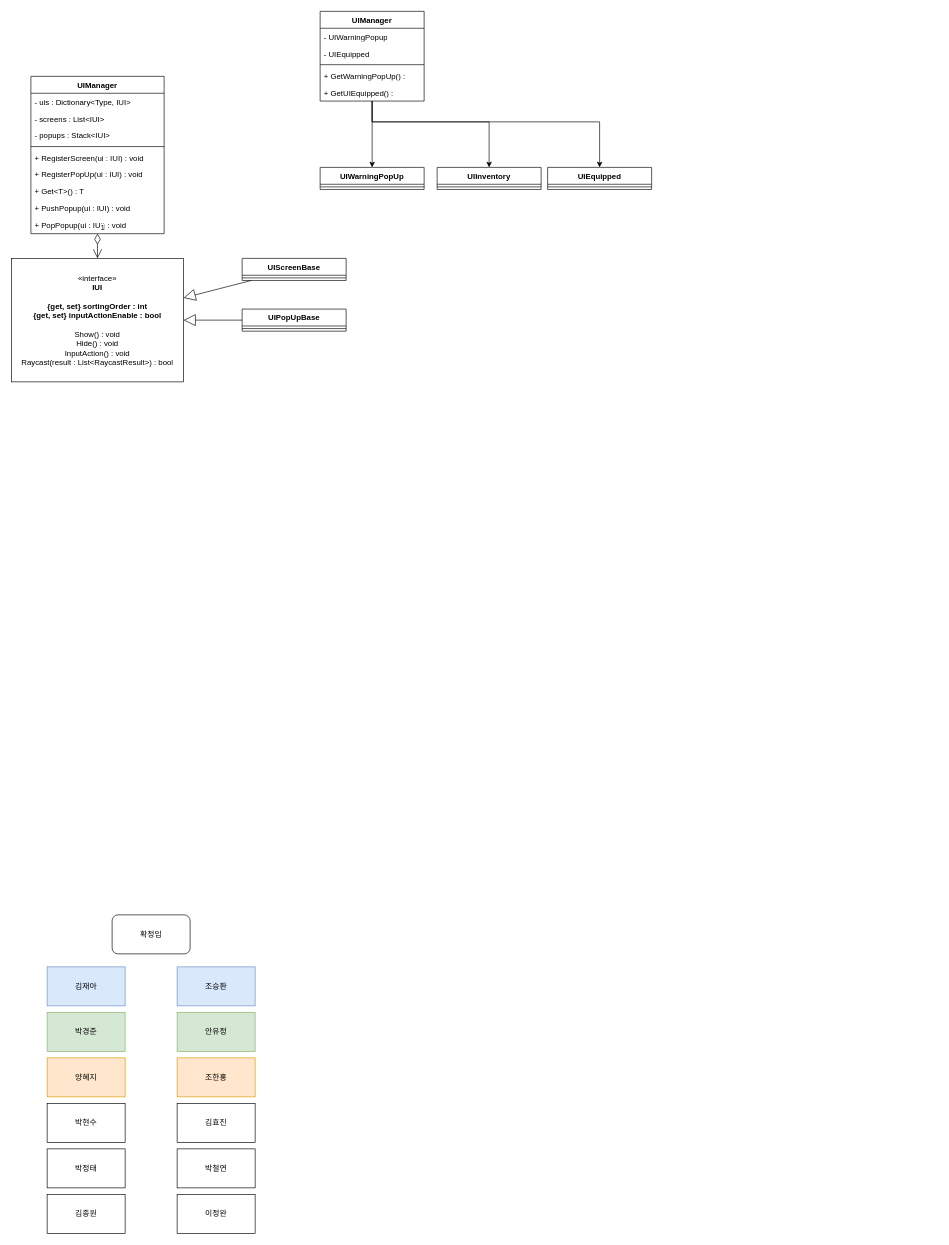
Before: MultiplayPractice/MultiplayPractice.drawio in luke-youngmin-cho/Korcham4th, a draw.io diagram. Source tidied: cells renumbered, new cells numbered last; positions are measured from the earlier drawing's top-left corner, leaving out a move shared by most shapes. Both pictures are drawn from the tidied source at 65%, with x=0, y=0 at pixel (11, 11).
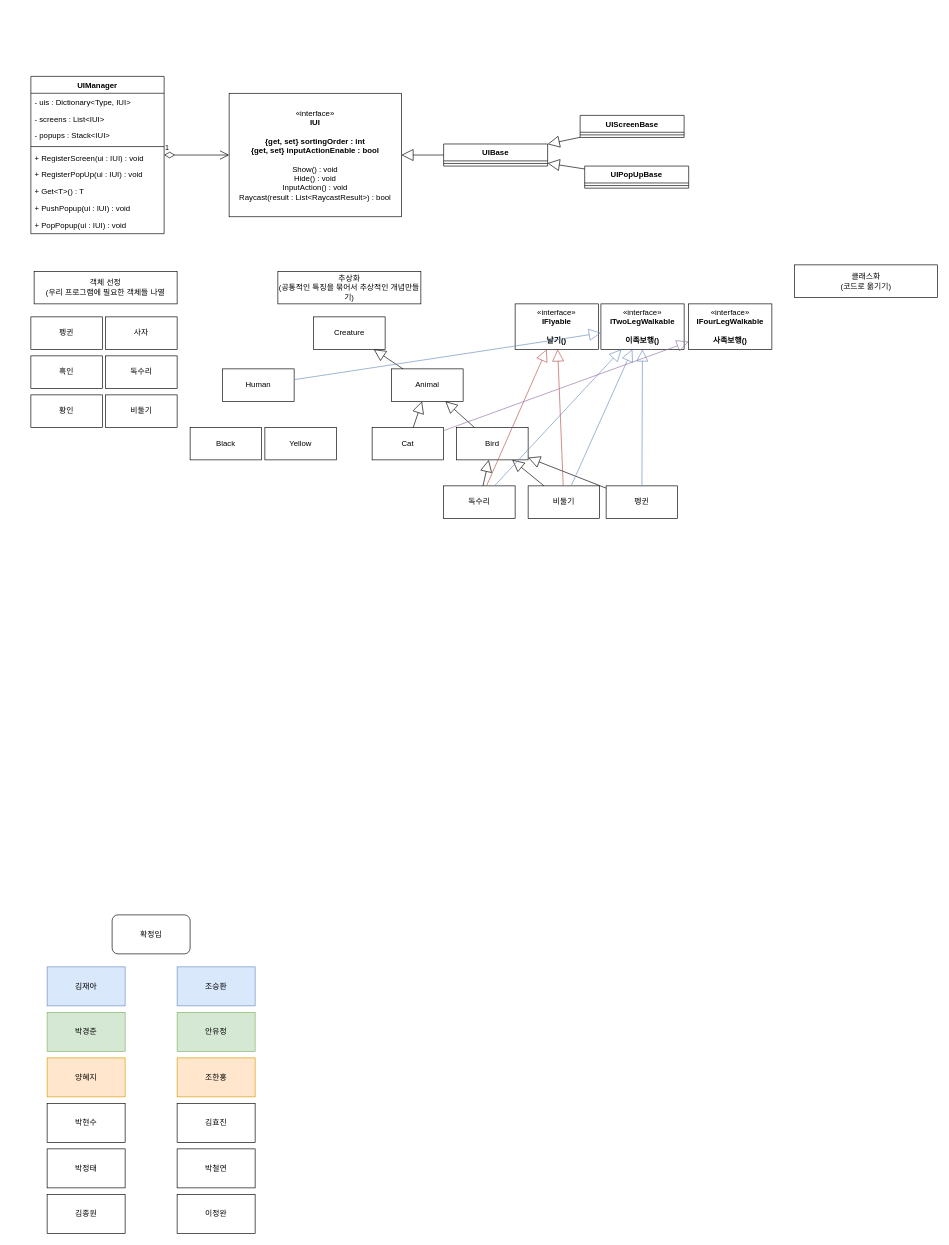
Above is the later version.

Diff of the diagram source:
```diff
@@
     <mxCell id="15" value="«interface»&lt;br&gt;&lt;b&gt;IUI&lt;/b&gt;&lt;div&gt;&lt;b&gt;&lt;br&gt;&lt;/b&gt;&lt;/div&gt;&lt;div&gt;&lt;b&gt;{get, set} sortingOrder : int&lt;/b&gt;&lt;/div&gt;&lt;div&gt;&lt;b&gt;{get, set} inputActionEnable : bool&lt;/b&gt;&lt;/div&gt;&lt;div&gt;&lt;b&gt;&lt;br&gt;&lt;/b&gt;&lt;/div&gt;&lt;div&gt;Show() : void&lt;/div&gt;&lt;div&gt;Hide() : void&lt;/div&gt;&lt;div&gt;InputAction() : void&lt;/div&gt;&lt;div&gt;Raycast(result : List&amp;lt;RaycastResult&amp;gt;) : bool&lt;/div&gt;" style="html=1;whiteSpace=wrap;" parent="1" vertex="1">
-      <mxGeometry y="380" width="265" height="190" as="geometry" />
+      <mxGeometry x="335" y="126" width="265" height="190" as="geometry" />
     </mxCell>
     <mxCell id="16" value="UIScreenBase" style="swimlane;fontStyle=1;align=center;verticalAlign=top;horizontal=1;startSize=26;whiteSpace=wrap;html=1;" parent="1" vertex="1">
-      <mxGeometry x="355" y="380" width="160" height="34" as="geometry" />
+      <mxGeometry x="875" y="160" width="160" height="34" as="geometry" />
     </mxCell>
@@
-    <mxCell id="18" style="endArrow=block;endSize=16;endFill=0;html=1;rounded=0;" parent="1" edge="1" source="16" target="15">
-      <mxGeometry relative="1" as="geometry" />
-    </mxCell>
     <mxCell id="19" value="UIPopUpBase" style="swimlane;fontStyle=1;align=center;verticalAlign=top;horizontal=1;startSize=26;whiteSpace=wrap;html=1;" parent="1" vertex="1">
-      <mxGeometry x="355" y="458" width="160" height="34" as="geometry" />
+      <mxGeometry x="882" y="238" width="160" height="34" as="geometry" />
     </mxCell>
@@
-    <mxCell id="21" style="endArrow=block;endSize=16;endFill=0;html=1;rounded=0;" parent="1" edge="1" source="19" target="15">
-      <mxGeometry relative="1" as="geometry" />
-    </mxCell>
@@
-    <mxCell id="33" value="UIWarningPopUp" style="swimlane;fontStyle=1;align=center;verticalAlign=top;horizontal=1;startSize=26;whiteSpace=wrap;html=1;" parent="1" vertex="1">
-      <mxGeometry x="475" y="240" width="160" height="34" as="geometry" />
-    </mxCell>
-    <mxCell id="34" style="line;strokeWidth=1;fillColor=none;align=left;verticalAlign=middle;spacingTop=-1;spacingLeft=3;spacingRight=3;labelPosition=right;strokeColor=inherit;" parent="33" vertex="1">
-      <mxGeometry y="26" width="160" height="8" as="geometry" />
-    </mxCell>
-    <mxCell id="35" value="UIInventory" style="swimlane;fontStyle=1;align=center;verticalAlign=top;horizontal=1;startSize=26;whiteSpace=wrap;html=1;" parent="1" vertex="1">
-      <mxGeometry x="655" y="240" width="160" height="34" as="geometry" />
-    </mxCell>
-    <mxCell id="36" style="line;strokeWidth=1;fillColor=none;align=left;verticalAlign=middle;spacingTop=-1;spacingLeft=3;spacingRight=3;labelPosition=right;strokeColor=inherit;" parent="35" vertex="1">
-      <mxGeometry y="26" width="160" height="8" as="geometry" />
-    </mxCell>
-    <mxCell id="37" style="edgeStyle=orthogonalEdgeStyle;rounded=0;jettySize=auto;html=1;" parent="1" edge="1" source="40" target="33">
-      <mxGeometry relative="1" as="geometry" />
-    </mxCell>
-    <mxCell id="38" style="edgeStyle=orthogonalEdgeStyle;rounded=0;jettySize=auto;html=1;" parent="1" edge="1" source="40" target="35">
-      <mxGeometry relative="1" as="geometry">
-        <Array as="points">
-          <mxPoint x="555" y="170" />
-          <mxPoint x="735" y="170" />
-        </Array>
-      </mxGeometry>
-    </mxCell>
-    <mxCell id="39" style="edgeStyle=orthogonalEdgeStyle;rounded=0;jettySize=auto;html=1;" parent="1" edge="1" source="40" target="46">
-      <mxGeometry relative="1" as="geometry">
-        <Array as="points">
-          <mxPoint x="555" y="170" />
-          <mxPoint x="905" y="170" />
-        </Array>
-      </mxGeometry>
-    </mxCell>
-    <mxCell id="40" value="UIManager" style="swimlane;fontStyle=1;align=center;verticalAlign=top;horizontal=1;startSize=26;whiteSpace=wrap;html=1;" parent="1" vertex="1">
-      <mxGeometry x="475" width="160" height="138" as="geometry" />
-    </mxCell>
-    <mxCell id="41" value="- UIWarningPopup" style="text;strokeColor=none;fillColor=none;align=left;verticalAlign=top;spacingLeft=4;spacingRight=4;overflow=hidden;whiteSpace=wrap;html=1;" parent="40" vertex="1">
-      <mxGeometry y="26" width="160" height="26" as="geometry" />
-    </mxCell>
-    <mxCell id="42" value="- UIEquipped" style="text;strokeColor=none;fillColor=none;align=left;verticalAlign=top;spacingLeft=4;spacingRight=4;overflow=hidden;whiteSpace=wrap;html=1;" parent="40" vertex="1">
-      <mxGeometry y="52" width="160" height="26" as="geometry" />
-    </mxCell>
-    <mxCell id="43" style="line;strokeWidth=1;fillColor=none;align=left;verticalAlign=middle;spacingTop=-1;spacingLeft=3;spacingRight=3;labelPosition=right;strokeColor=inherit;" parent="40" vertex="1">
-      <mxGeometry y="78" width="160" height="8" as="geometry" />
-    </mxCell>
-    <mxCell id="44" value="+ GetWarningPopUp() :&amp;nbsp;" style="text;strokeColor=none;fillColor=none;align=left;verticalAlign=top;spacingLeft=4;spacingRight=4;overflow=hidden;whiteSpace=wrap;html=1;" parent="40" vertex="1">
-      <mxGeometry y="86" width="160" height="26" as="geometry" />
-    </mxCell>
-    <mxCell id="45" value="+ GetUIEquipped() :" style="text;strokeColor=none;fillColor=none;align=left;verticalAlign=top;spacingLeft=4;spacingRight=4;overflow=hidden;whiteSpace=wrap;html=1;" parent="40" vertex="1">
-      <mxGeometry y="112" width="160" height="26" as="geometry" />
-    </mxCell>
-    <mxCell id="46" value="UIEquipped" style="swimlane;fontStyle=1;align=center;verticalAlign=top;horizontal=1;startSize=26;whiteSpace=wrap;html=1;" parent="1" vertex="1">
-      <mxGeometry x="825" y="240" width="160" height="34" as="geometry" />
-    </mxCell>
-    <mxCell id="47" style="line;strokeWidth=1;fillColor=none;align=left;verticalAlign=middle;spacingTop=-1;spacingLeft=3;spacingRight=3;labelPosition=right;strokeColor=inherit;" parent="46" vertex="1">
-      <mxGeometry y="26" width="160" height="8" as="geometry" />
-    </mxCell>
+    <mxCell id="48" value="UIBase" style="swimlane;fontStyle=1;align=center;verticalAlign=top;horizontal=1;startSize=26;whiteSpace=wrap;html=1;" parent="1" vertex="1">
+      <mxGeometry x="665" y="204" width="160" height="34" as="geometry" />
+    </mxCell>
+    <mxCell id="49" style="line;strokeWidth=1;fillColor=none;align=left;verticalAlign=middle;spacingTop=-1;spacingLeft=3;spacingRight=3;labelPosition=right;strokeColor=inherit;" parent="48" vertex="1">
+      <mxGeometry y="26" width="160" height="8" as="geometry" />
+    </mxCell>
+    <mxCell id="50" style="endArrow=block;endSize=16;endFill=0;html=1;rounded=0;" parent="1" edge="1" source="48" target="15">
+      <mxGeometry relative="1" as="geometry" />
+    </mxCell>
+    <mxCell id="51" style="endArrow=block;endSize=16;endFill=0;html=1;rounded=0;" parent="1" edge="1" source="16" target="48">
+      <mxGeometry relative="1" as="geometry" />
+    </mxCell>
+    <mxCell id="52" style="endArrow=block;endSize=16;endFill=0;html=1;rounded=0;" parent="1" edge="1" source="19" target="48">
+      <mxGeometry relative="1" as="geometry" />
+    </mxCell>
+    <mxCell id="53" value="사자" style="html=1;whiteSpace=wrap;" parent="1" vertex="1">
+      <mxGeometry x="145" y="470" width="110" height="50" as="geometry" />
+    </mxCell>
+    <mxCell id="54" value="흑인" style="html=1;whiteSpace=wrap;" parent="1" vertex="1">
+      <mxGeometry x="30" y="530" width="110" height="50" as="geometry" />
+    </mxCell>
+    <mxCell id="55" value="독수리" style="html=1;whiteSpace=wrap;" parent="1" vertex="1">
+      <mxGeometry x="145" y="530" width="110" height="50" as="geometry" />
+    </mxCell>
+    <mxCell id="56" value="비둘기" style="html=1;whiteSpace=wrap;" parent="1" vertex="1">
+      <mxGeometry x="145" y="590" width="110" height="50" as="geometry" />
+    </mxCell>
+    <mxCell id="57" value="객체 선정&lt;div&gt;(우리 프로그램에 필요한 객체들 나열&lt;/div&gt;" style="html=1;whiteSpace=wrap;" parent="1" vertex="1">
+      <mxGeometry x="35" y="400" width="220" height="50" as="geometry" />
+    </mxCell>
+    <mxCell id="58" value="추상화&lt;div&gt;(공통적인 특징을 묶어서 추상적인 개념만들기)&lt;/div&gt;" style="html=1;whiteSpace=wrap;" parent="1" vertex="1">
+      <mxGeometry x="410" y="400" width="220" height="50" as="geometry" />
+    </mxCell>
+    <mxCell id="59" value="Creature" style="html=1;whiteSpace=wrap;" parent="1" vertex="1">
+      <mxGeometry x="465" y="470" width="110" height="50" as="geometry" />
+    </mxCell>
+    <mxCell id="60" value="황인" style="html=1;whiteSpace=wrap;" parent="1" vertex="1">
+      <mxGeometry x="30" y="590" width="110" height="50" as="geometry" />
+    </mxCell>
+    <mxCell id="61" value="Human" style="html=1;whiteSpace=wrap;" parent="1" vertex="1">
+      <mxGeometry x="325" y="550" width="110" height="50" as="geometry" />
+    </mxCell>
+    <mxCell id="62" value="Animal" style="html=1;whiteSpace=wrap;" parent="1" vertex="1">
+      <mxGeometry x="585" y="550" width="110" height="50" as="geometry" />
+    </mxCell>
+    <mxCell id="63" value="Black" style="html=1;whiteSpace=wrap;" parent="1" vertex="1">
+      <mxGeometry x="275" y="640" width="110" height="50" as="geometry" />
+    </mxCell>
+    <mxCell id="64" value="Yellow" style="html=1;whiteSpace=wrap;" parent="1" vertex="1">
+      <mxGeometry x="390" y="640" width="110" height="50" as="geometry" />
+    </mxCell>
+    <mxCell id="65" value="Cat" style="html=1;whiteSpace=wrap;" parent="1" vertex="1">
+      <mxGeometry x="555" y="640" width="110" height="50" as="geometry" />
+    </mxCell>
+    <mxCell id="66" value="Bird" style="html=1;whiteSpace=wrap;" parent="1" vertex="1">
+      <mxGeometry x="685" y="640" width="110" height="50" as="geometry" />
+    </mxCell>
+    <mxCell id="67" value="독수리" style="html=1;whiteSpace=wrap;" parent="1" vertex="1">
+      <mxGeometry x="665" y="730" width="110" height="50" as="geometry" />
+    </mxCell>
+    <mxCell id="68" value="비둘기" style="html=1;whiteSpace=wrap;" parent="1" vertex="1">
+      <mxGeometry x="795" y="730" width="110" height="50" as="geometry" />
+    </mxCell>
+    <mxCell id="69" value="펭귄" style="html=1;whiteSpace=wrap;" parent="1" vertex="1">
+      <mxGeometry x="30" y="470" width="110" height="50" as="geometry" />
+    </mxCell>
+    <mxCell id="70" value="펭귄" style="html=1;whiteSpace=wrap;" parent="1" vertex="1">
+      <mxGeometry x="915" y="730" width="110" height="50" as="geometry" />
+    </mxCell>
+    <mxCell id="71" value="«interface»&lt;br&gt;&lt;b&gt;IFlyable&lt;/b&gt;&lt;div&gt;&lt;b&gt;&lt;br&gt;&lt;/b&gt;&lt;/div&gt;&lt;div&gt;&lt;b&gt;날기()&lt;/b&gt;&lt;/div&gt;" style="html=1;whiteSpace=wrap;" parent="1" vertex="1">
+      <mxGeometry x="775" y="450" width="128" height="70" as="geometry" />
+    </mxCell>
+    <mxCell id="72" style="endArrow=block;endSize=16;endFill=0;html=1;rounded=0;" parent="1" edge="1" source="62" target="59">
+      <mxGeometry relative="1" as="geometry" />
+    </mxCell>
+    <mxCell id="73" style="endArrow=block;endSize=16;endFill=0;html=1;rounded=0;" parent="1" edge="1" source="65" target="62">
+      <mxGeometry relative="1" as="geometry" />
+    </mxCell>
+    <mxCell id="74" style="endArrow=block;endSize=16;endFill=0;html=1;rounded=0;" parent="1" edge="1" source="66" target="62">
+      <mxGeometry relative="1" as="geometry" />
+    </mxCell>
+    <mxCell id="75" style="endArrow=block;endSize=16;endFill=0;html=1;rounded=0;" parent="1" edge="1" source="67" target="66">
+      <mxGeometry relative="1" as="geometry" />
+    </mxCell>
+    <mxCell id="76" style="endArrow=block;endSize=16;endFill=0;html=1;rounded=0;" parent="1" edge="1" source="68" target="66">
+      <mxGeometry relative="1" as="geometry" />
+    </mxCell>
+    <mxCell id="77" style="endArrow=block;endSize=16;endFill=0;html=1;rounded=0;" parent="1" edge="1" source="70" target="66">
+      <mxGeometry relative="1" as="geometry" />
+    </mxCell>
+    <mxCell id="78" style="endArrow=block;endSize=16;endFill=0;html=1;rounded=0;fillColor=#f8cecc;strokeColor=#b85450;" parent="1" edge="1" source="67" target="71">
+      <mxGeometry relative="1" as="geometry" />
+    </mxCell>
+    <mxCell id="79" style="endArrow=block;endSize=16;endFill=0;html=1;rounded=0;fillColor=#f8cecc;strokeColor=#b85450;" parent="1" edge="1" source="68" target="71">
+      <mxGeometry relative="1" as="geometry" />
+    </mxCell>
+    <mxCell id="80" value="«interface»&lt;br&gt;&lt;b&gt;ITwoLegWalkable&lt;/b&gt;&lt;div&gt;&lt;b&gt;&lt;br&gt;&lt;/b&gt;&lt;/div&gt;&lt;div&gt;&lt;b&gt;이족보행()&lt;/b&gt;&lt;/div&gt;" style="html=1;whiteSpace=wrap;" parent="1" vertex="1">
+      <mxGeometry x="907" y="450" width="128" height="70" as="geometry" />
+    </mxCell>
+    <mxCell id="81" value="«interface»&lt;br&gt;&lt;b&gt;IFourLegWalkable&lt;/b&gt;&lt;div&gt;&lt;b&gt;&lt;br&gt;&lt;/b&gt;&lt;/div&gt;&lt;div&gt;&lt;b&gt;사족보행()&lt;/b&gt;&lt;/div&gt;" style="html=1;whiteSpace=wrap;" parent="1" vertex="1">
+      <mxGeometry x="1042" y="450" width="128" height="70" as="geometry" />
+    </mxCell>
+    <mxCell id="82" style="endArrow=block;endSize=16;endFill=0;html=1;rounded=0;fillColor=#dae8fc;strokeColor=#6c8ebf;" parent="1" edge="1" source="67" target="80">
+      <mxGeometry relative="1" as="geometry" />
+    </mxCell>
+    <mxCell id="83" style="endArrow=block;endSize=16;endFill=0;html=1;rounded=0;fillColor=#dae8fc;strokeColor=#6c8ebf;" parent="1" edge="1" source="68" target="80">
+      <mxGeometry relative="1" as="geometry" />
+    </mxCell>
+    <mxCell id="84" style="endArrow=block;endSize=16;endFill=0;html=1;rounded=0;fillColor=#dae8fc;strokeColor=#6c8ebf;" parent="1" edge="1" source="70" target="80">
+      <mxGeometry relative="1" as="geometry" />
+    </mxCell>
+    <mxCell id="85" style="endArrow=block;endSize=16;endFill=0;html=1;rounded=0;fillColor=#dae8fc;strokeColor=#6c8ebf;" parent="1" edge="1" source="61" target="80">
+      <mxGeometry relative="1" as="geometry" />
+    </mxCell>
+    <mxCell id="86" style="endArrow=block;endSize=16;endFill=0;html=1;rounded=0;fillColor=#e1d5e7;strokeColor=#9673a6;" parent="1" edge="1" source="65" target="81">
+      <mxGeometry relative="1" as="geometry" />
+    </mxCell>
+    <mxCell id="87" value="클래스화&lt;div&gt;(코드로 옮기기)&lt;/div&gt;" style="html=1;whiteSpace=wrap;" parent="1" vertex="1">
+      <mxGeometry x="1205" y="390" width="220" height="50" as="geometry" />
+    </mxCell>
```
